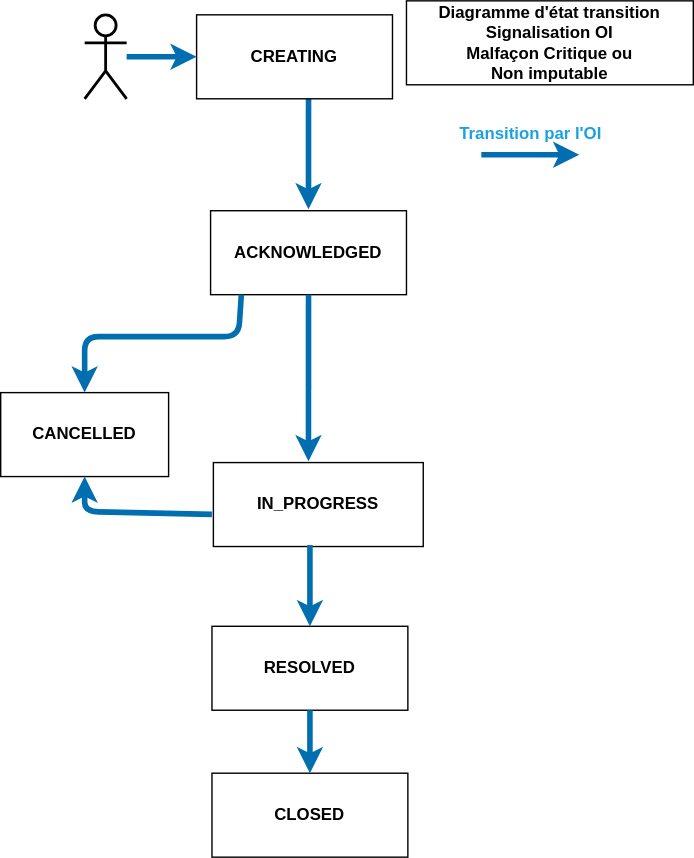
before-interop/malfacon keeps this draw.io diagram as statusOiOcNonImputCrit.drawio.svg. Above is the earlier version. Source tidied: cells renumbered, new cells last; positions are measured from the earlier drawing's top-left corner, leaving out a move shared by most shapes.
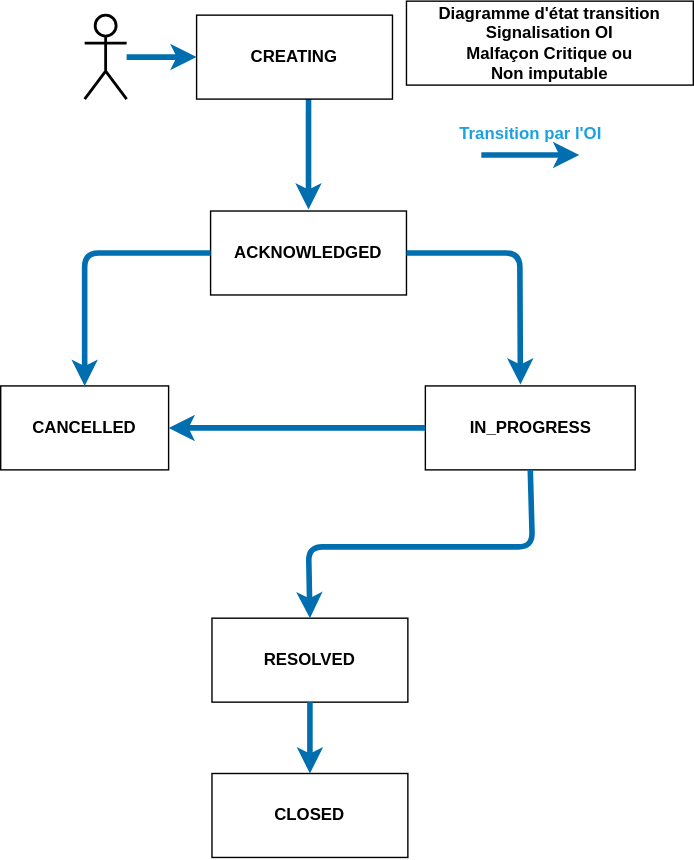
After the change.

The edit, as a diff of the source:
```diff
@@ -6,10 +6,10 @@
       <mxGeometry x="150" y="150" width="140" height="60" as="geometry" />
     </mxCell>
     <mxCell id="3" value="&lt;b&gt;IN_PROGRESS&lt;/b&gt;" style="rounded=0;whiteSpace=wrap;html=1;" parent="1" vertex="1">
-      <mxGeometry x="152" y="330" width="150" height="60" as="geometry" />
+      <mxGeometry x="303.5" y="275" width="150" height="60" as="geometry" />
     </mxCell>
     <mxCell id="4" value="&lt;b&gt;RESOLVED&lt;/b&gt;" style="rounded=0;whiteSpace=wrap;html=1;" parent="1" vertex="1">
-      <mxGeometry x="151" y="447" width="140" height="60" as="geometry" />
+      <mxGeometry x="151" y="441" width="140" height="60" as="geometry" />
     </mxCell>
     <mxCell id="5" value="&lt;b&gt;CLOSED&lt;/b&gt;" style="rounded=0;whiteSpace=wrap;html=1;" parent="1" vertex="1">
       <mxGeometry x="151" y="552" width="140" height="60" as="geometry" />
@@ -18,23 +18,17 @@
       <mxGeometry x="60" y="10" width="30" height="60" as="geometry" />
     </mxCell>
     <mxCell id="7" value="&lt;b&gt;CANCELLED&lt;/b&gt;" style="rounded=0;whiteSpace=wrap;html=1;" parent="1" vertex="1">
-      <mxGeometry y="280" width="120" height="60" as="geometry" />
+      <mxGeometry y="275" width="120" height="60" as="geometry" />
     </mxCell>
-    <mxCell id="8" style="edgeStyle=none;html=1;entryX=0.5;entryY=0;entryDx=0;entryDy=0;fillColor=#1ba1e2;strokeColor=#006EAF;strokeWidth=4;exitX=0.157;exitY=1;exitDx=0;exitDy=0;exitPerimeter=0;" parent="1" edge="1" source="2" target="7">
+    <mxCell id="8" style="edgeStyle=none;html=1;entryX=0.5;entryY=0;entryDx=0;entryDy=0;fillColor=#1ba1e2;strokeColor=#006EAF;strokeWidth=4;exitX=0;exitY=0.5;exitDx=0;exitDy=0;" parent="1" edge="1" source="2" target="7">
       <mxGeometry relative="1" as="geometry">
         <Array as="points">
-          <mxPoint x="170" y="240" />
-          <mxPoint x="120" y="240" />
-          <mxPoint x="60" y="240" />
+          <mxPoint x="60" y="180" />
         </Array>
       </mxGeometry>
     </mxCell>
-    <mxCell id="9" style="edgeStyle=none;html=1;fillColor=#1ba1e2;strokeColor=#006EAF;strokeWidth=4;exitX=-0.007;exitY=0.617;exitDx=0;exitDy=0;entryX=0.5;entryY=1;entryDx=0;entryDy=0;exitPerimeter=0;" parent="1" edge="1" source="3" target="7">
-      <mxGeometry relative="1" as="geometry">
-        <Array as="points">
-          <mxPoint x="60" y="365" />
-        </Array>
-      </mxGeometry>
+    <mxCell id="9" style="edgeStyle=none;html=1;fillColor=#1ba1e2;strokeColor=#006EAF;strokeWidth=4;exitX=0;exitY=0.5;exitDx=0;exitDy=0;entryX=1;entryY=0.5;entryDx=0;entryDy=0;" parent="1" edge="1" source="3" target="7">
+      <mxGeometry relative="1" as="geometry" />
     </mxCell>
     <mxCell id="10" style="endArrow=classic;html=1;strokeWidth=4;fillColor=#1ba1e2;strokeColor=#006EAF;entryX=0.607;entryY=-0.017;entryDx=0;entryDy=0;entryPerimeter=0;" parent="1" edge="1">
       <mxGeometry relative="1" as="geometry">
@@ -54,11 +48,20 @@
     <mxCell id="13" value="&lt;b&gt;Transition par l'OI&lt;/b&gt;" style="text;html=1;strokeColor=none;fillColor=none;align=center;verticalAlign=middle;whiteSpace=wrap;rounded=0;fontColor=#1BA1E2;" parent="1" vertex="1">
       <mxGeometry x="323.5" y="80" width="110" height="30" as="geometry" />
     </mxCell>
-    <mxCell id="14" style="endArrow=classic;html=1;strokeWidth=4;fillColor=#1ba1e2;strokeColor=#006EAF;entryX=0.453;entryY=-0.017;entryDx=0;entryDy=0;entryPerimeter=0;exitX=0.5;exitY=1;exitDx=0;exitDy=0;" parent="1" edge="1" source="2" target="3">
-      <mxGeometry relative="1" as="geometry" />
+    <mxCell id="14" style="endArrow=classic;html=1;strokeWidth=4;fillColor=#1ba1e2;strokeColor=#006EAF;entryX=0.453;entryY=-0.017;entryDx=0;entryDy=0;entryPerimeter=0;exitX=1;exitY=0.5;exitDx=0;exitDy=0;" parent="1" edge="1" source="2" target="3">
+      <mxGeometry relative="1" as="geometry">
+        <Array as="points">
+          <mxPoint x="371" y="180" />
+        </Array>
+      </mxGeometry>
     </mxCell>
-    <mxCell id="15" style="endArrow=classic;html=1;strokeWidth=4;fillColor=#1ba1e2;strokeColor=#006EAF;exitX=0.46;exitY=0.983;exitDx=0;exitDy=0;entryX=0.5;entryY=0;entryDx=0;entryDy=0;exitPerimeter=0;" parent="1" edge="1" source="3" target="4">
-      <mxGeometry relative="1" as="geometry" />
+    <mxCell id="15" style="endArrow=classic;html=1;strokeWidth=4;fillColor=#1ba1e2;strokeColor=#006EAF;entryX=0.5;entryY=0;entryDx=0;entryDy=0;exitX=0.5;exitY=1;exitDx=0;exitDy=0;" parent="1" edge="1" source="3" target="4">
+      <mxGeometry relative="1" as="geometry">
+        <Array as="points">
+          <mxPoint x="380" y="390" />
+          <mxPoint x="220" y="390" />
+        </Array>
+      </mxGeometry>
     </mxCell>
     <mxCell id="16" style="endArrow=classic;html=1;strokeWidth=4;fillColor=#1ba1e2;strokeColor=#006EAF;exitX=0.5;exitY=1;exitDx=0;exitDy=0;entryX=0.5;entryY=0;entryDx=0;entryDy=0;" parent="1" edge="1" source="4" target="5">
       <mxGeometry relative="1" as="geometry" />
```
